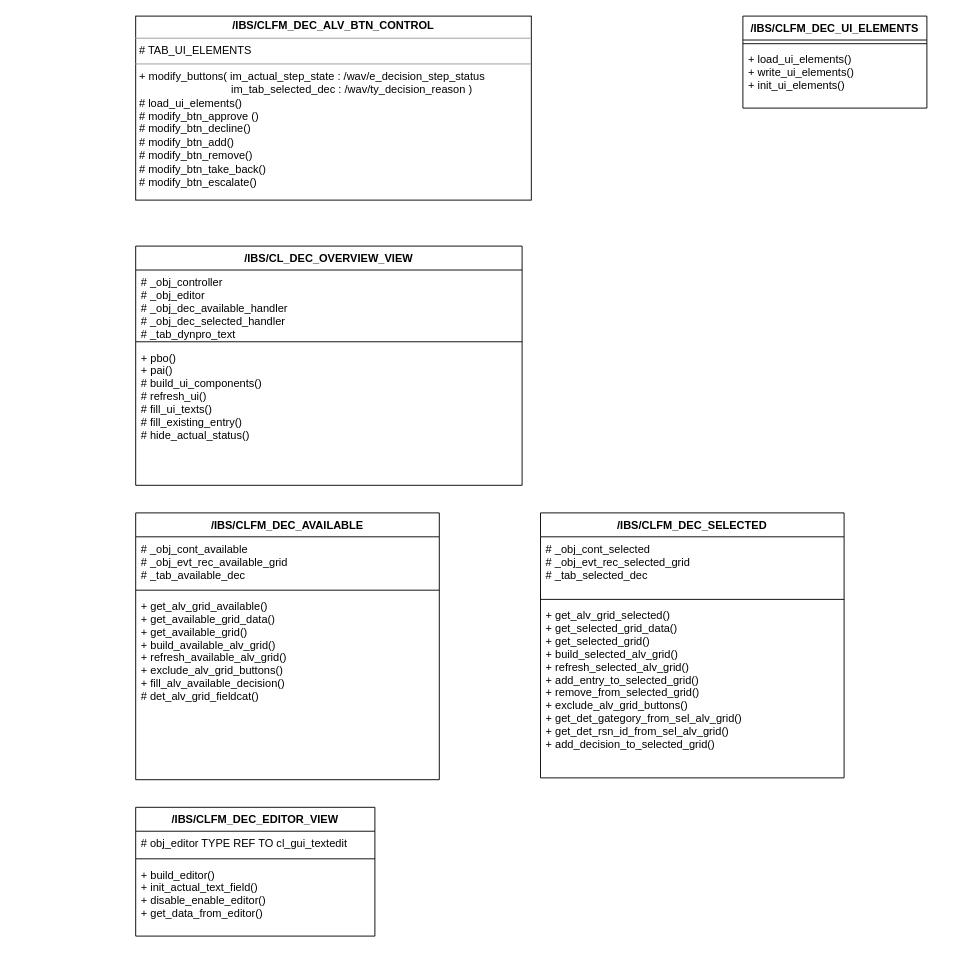
The draw.io diagram Untitled Diagram (4).drawio in osarisky/bla, before the edit. Source tidied: cells renumbered, new cells numbered last; positions are measured from the earlier drawing's top-left corner, leaving out a move shared by most shapes. Both pictures are drawn from the tidied source at 92%, with x=0, y=0 at pixel (135, 16).
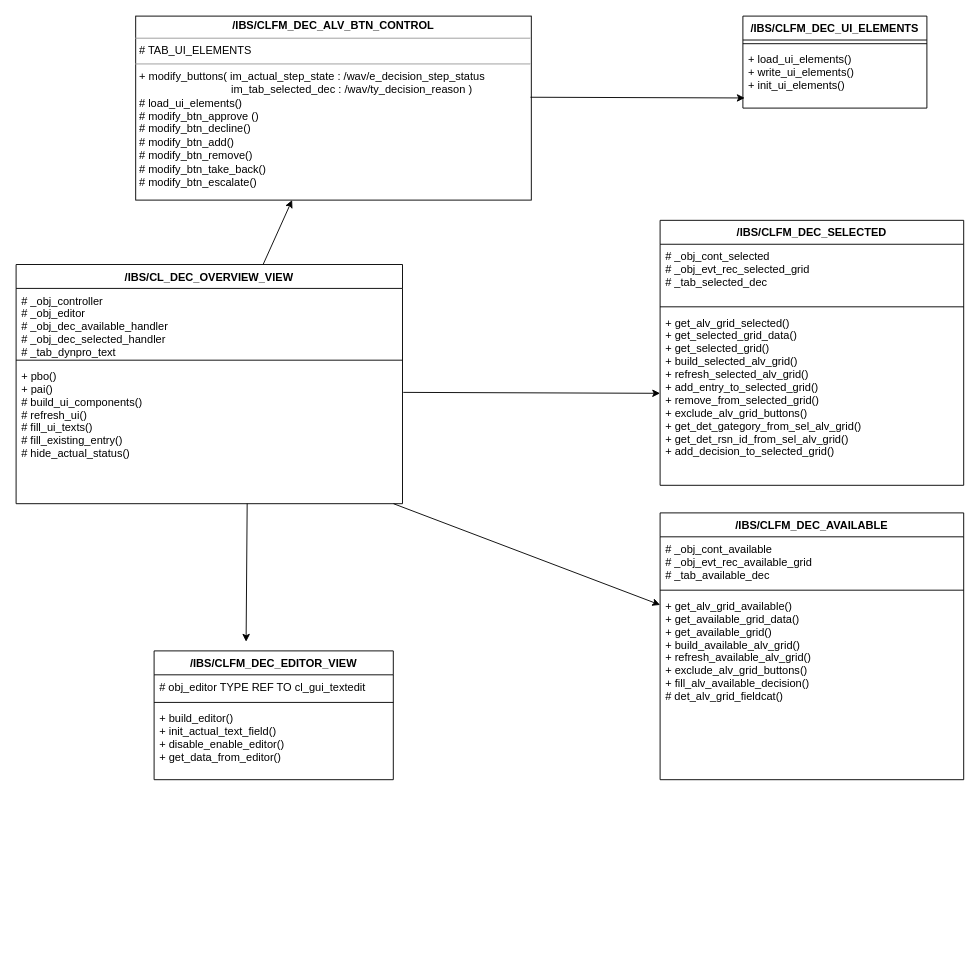
Above is the later version.

The change refers to these unchanged cells:
```xml
<mxCell id="2" value="&lt;p style=&quot;margin: 0px ; margin-top: 4px ; text-align: center&quot;&gt;&lt;b&gt;/IBS/CLFM_DEC_ALV_BTN_CONTROL&lt;/b&gt;&lt;/p&gt;&lt;hr size=&quot;1&quot;&gt;&lt;p style=&quot;margin: 0px ; margin-left: 4px&quot;&gt;# TAB_UI_ELEMENTS&lt;/p&gt;&lt;hr size=&quot;1&quot;&gt;&lt;p style=&quot;margin: 0px ; margin-left: 4px&quot;&gt;&lt;span&gt;+ modify_buttons( im_actual_step_state : /wav/e_decision_step_status&lt;/span&gt;&lt;br&gt;&lt;/p&gt;&lt;p style=&quot;margin: 0px ; margin-left: 4px&quot;&gt;&amp;nbsp; &amp;nbsp; &amp;nbsp; &amp;nbsp; &amp;nbsp; &amp;nbsp; &amp;nbsp; &amp;nbsp; &amp;nbsp; &amp;nbsp; &amp;nbsp; &amp;nbsp; &amp;nbsp; &amp;nbsp; &amp;nbsp; im_tab_selected_dec :&amp;nbsp;/wav/ty_decision_reason&lt;span&gt;&amp;nbsp;)&lt;/span&gt;&lt;/p&gt;&lt;p style=&quot;margin: 0px ; margin-left: 4px&quot;&gt;# load_ui_elements()&lt;span&gt;&lt;br&gt;&lt;/span&gt;&lt;/p&gt;&lt;p style=&quot;margin: 0px ; margin-left: 4px&quot;&gt;# modify_btn_approve ()&lt;/p&gt;&lt;p style=&quot;margin: 0px ; margin-left: 4px&quot;&gt;# modify_btn_decline()&lt;/p&gt;&lt;p style=&quot;margin: 0px ; margin-left: 4px&quot;&gt;# modify_btn_add()&lt;/p&gt;&lt;p style=&quot;margin: 0px ; margin-left: 4px&quot;&gt;# modify_btn_remove()&lt;/p&gt;&lt;p style=&quot;margin: 0px ; margin-left: 4px&quot;&gt;# modify_btn_take_back()&lt;/p&gt;&lt;p style=&quot;margin: 0px ; margin-left: 4px&quot;&gt;# modify_btn_escalate()&lt;/p&gt;" style="verticalAlign=top;align=left;overflow=fill;fontSize=12;fontFamily=Helvetica;html=1;" parent="1" vertex="1">
  <mxGeometry width="430" height="200" as="geometry" />
</mxCell>
<mxCell id="6" value="+ pbo()&#10;+ pai() &#10;# build_ui_components()&#10;# refresh_ui()&#10;# fill_ui_texts()&#10;# fill_existing_entry()&#10;# hide_actual_status()&#10;&#10;" style="text;strokeColor=none;fillColor=none;align=left;verticalAlign=top;spacingLeft=4;spacingRight=4;overflow=hidden;points=[[0,0.5],[1,0.5]];portConstraint=eastwest;" parent="3" vertex="1">
  <mxGeometry y="108" width="420" height="152" as="geometry" />
</mxCell>
<mxCell id="13" value="+ load_ui_elements()&#10;+ write_ui_elements()&#10;+ init_ui_elements()" style="text;strokeColor=none;fillColor=none;align=left;verticalAlign=top;spacingLeft=4;spacingRight=4;overflow=hidden;points=[[0,0.5],[1,0.5]];portConstraint=eastwest;" parent="11" vertex="1">
  <mxGeometry y="34" width="200" height="66" as="geometry" />
</mxCell>
```

What changed in the source:
```diff
@@
     <mxCell id="3" value="/IBS/CL_DEC_OVERVIEW_VIEW" style="swimlane;fontStyle=1;align=center;verticalAlign=top;horizontal=1;startSize=26;" parent="1" vertex="1">
-      <mxGeometry y="250" width="420" height="260" as="geometry" />
+      <mxGeometry x="-130" y="270" width="420" height="260" as="geometry" />
     </mxCell>
@@
     <mxCell id="7" value="/IBS/CLFM_DEC_AVAILABLE" style="swimlane;fontStyle=1;align=center;verticalAlign=top;horizontal=1;startSize=26;" parent="1" vertex="1">
-      <mxGeometry y="540" width="330" height="290" as="geometry" />
+      <mxGeometry x="570" y="540" width="330" height="290" as="geometry" />
     </mxCell>
@@
     <mxCell id="14" value="/IBS/CLFM_DEC_SELECTED" style="swimlane;fontStyle=1;align=center;verticalAlign=top;horizontal=1;startSize=26;" parent="1" vertex="1">
-      <mxGeometry x="440" y="540" width="330" height="288" as="geometry" />
+      <mxGeometry x="570" y="222" width="330" height="288" as="geometry" />
     </mxCell>
@@
     <mxCell id="18" value="/IBS/CLFM_DEC_EDITOR_VIEW" style="swimlane;fontStyle=1;align=center;verticalAlign=top;horizontal=1;startSize=26;" parent="1" vertex="1">
-      <mxGeometry y="860" width="260" height="140" as="geometry" />
+      <mxGeometry x="20" y="690" width="260" height="140" as="geometry" />
     </mxCell>
@@
+    <mxCell id="22" style="endArrow=classic;html=1;exitX=1.002;exitY=0.204;exitDx=0;exitDy=0;exitPerimeter=0;" parent="1" edge="1" source="6">
+      <mxGeometry relative="1" as="geometry">
+        <mxPoint x="570" y="410" as="targetPoint" />
+        <Array as="points">
+          <mxPoint x="570" y="410" />
+        </Array>
+      </mxGeometry>
+    </mxCell>
+    <mxCell id="23" style="endArrow=classic;html=1;" parent="1" edge="1" source="6">
+      <mxGeometry relative="1" as="geometry">
+        <mxPoint x="570" y="640" as="targetPoint" />
+        <Array as="points">
+          <mxPoint x="570" y="640" />
+        </Array>
+      </mxGeometry>
+    </mxCell>
+    <mxCell id="24" style="endArrow=classic;html=1;exitX=0.598;exitY=0.999;exitDx=0;exitDy=0;exitPerimeter=0;" parent="1" edge="1" source="6">
+      <mxGeometry relative="1" as="geometry">
+        <mxPoint x="120" y="680" as="targetPoint" />
+      </mxGeometry>
+    </mxCell>
+    <mxCell id="25" style="endArrow=classic;html=1;" parent="1" edge="1" source="3" target="2">
+      <mxGeometry relative="1" as="geometry" />
+    </mxCell>
+    <mxCell id="26" style="endArrow=classic;html=1;entryX=0.01;entryY=0.833;entryDx=0;entryDy=0;entryPerimeter=0;exitX=0.998;exitY=0.441;exitDx=0;exitDy=0;exitPerimeter=0;" parent="1" edge="1" source="2" target="13">
+      <mxGeometry relative="1" as="geometry" />
+    </mxCell>
```
